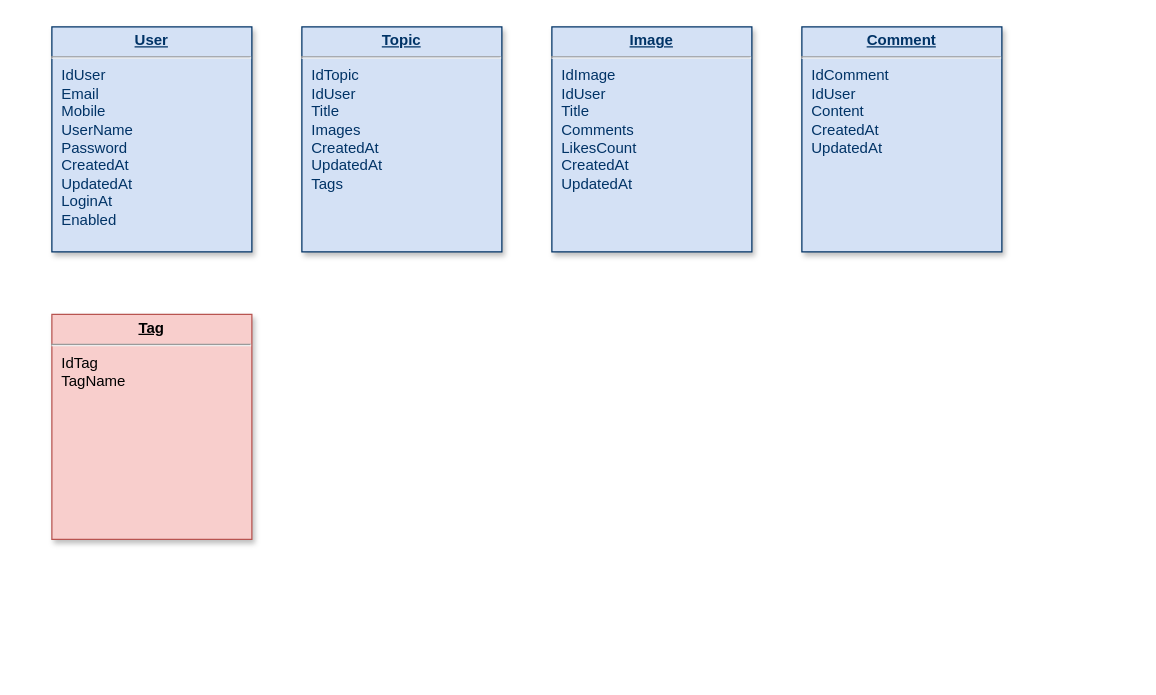
The draw.io diagram page "Database" (5 of 5) of gif.drawio in goldmine/base, before the edit. Source tidied: cells renumbered, new cells numbered last; positions are measured from the earlier drawing's top-left corner, leaving out a move shared by most shapes. Both pictures are drawn from the tidied source at 125%, with x=0, y=0 at pixel (51, 26).
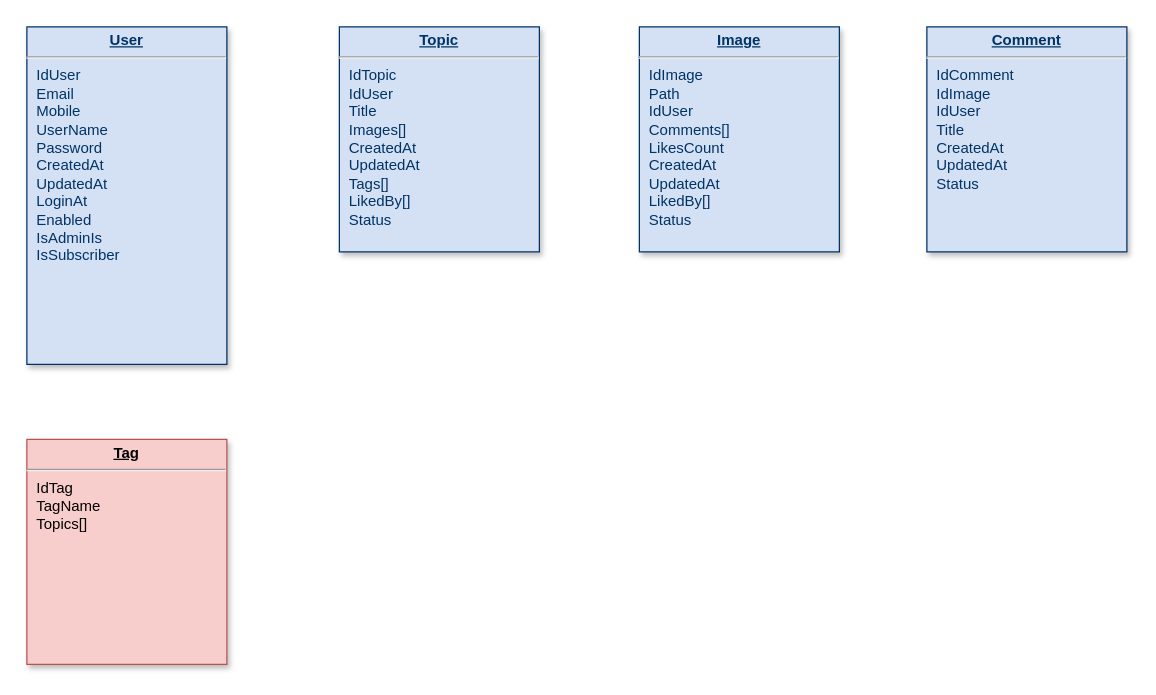
The same diagram, later.

What changed in the source:
```diff
@@
 <mxGraphModel>
   <root>
     <mxCell id="0" />
     <mxCell id="1" parent="0" />
-    <mxCell id="2" value="&lt;p style=&quot;margin: 0px ; margin-top: 4px ; text-align: center ; text-decoration: underline&quot;&gt;&lt;strong&gt;User&lt;/strong&gt;&lt;/p&gt;&lt;hr&gt;&lt;p style=&quot;margin: 0px ; margin-left: 8px&quot;&gt;IdUser&lt;/p&gt;&lt;p style=&quot;margin: 0px ; margin-left: 8px&quot;&gt;Email&lt;/p&gt;&lt;p style=&quot;margin: 0px ; margin-left: 8px&quot;&gt;Mobile&lt;/p&gt;&lt;p style=&quot;margin: 0px ; margin-left: 8px&quot;&gt;UserName&lt;/p&gt;&lt;p style=&quot;margin: 0px ; margin-left: 8px&quot;&gt;Password&lt;/p&gt;&lt;p style=&quot;margin: 0px ; margin-left: 8px&quot;&gt;CreatedAt&lt;/p&gt;&lt;p style=&quot;margin: 0px ; margin-left: 8px&quot;&gt;UpdatedAt&lt;/p&gt;&lt;p style=&quot;margin: 0px ; margin-left: 8px&quot;&gt;LoginAt&lt;/p&gt;&lt;p style=&quot;margin: 0px ; margin-left: 8px&quot;&gt;Enabled&lt;/p&gt;&lt;p style=&quot;margin: 0px ; margin-left: 8px&quot;&gt;&lt;br&gt;&lt;/p&gt;" style="verticalAlign=top;align=left;overflow=fill;fontSize=12;fontFamily=Helvetica;html=1;strokeColor=#003366;shadow=1;fillColor=#D4E1F5;fontColor=#003366;" parent="1" vertex="1">
-      <mxGeometry width="160" height="180" as="geometry" />
+    <mxCell id="2" value="&lt;p style=&quot;margin: 0px ; margin-top: 4px ; text-align: center ; text-decoration: underline&quot;&gt;&lt;strong&gt;User&lt;/strong&gt;&lt;/p&gt;&lt;hr&gt;&lt;p style=&quot;margin: 0px ; margin-left: 8px&quot;&gt;IdUser&lt;/p&gt;&lt;p style=&quot;margin: 0px ; margin-left: 8px&quot;&gt;Email&lt;/p&gt;&lt;p style=&quot;margin: 0px ; margin-left: 8px&quot;&gt;Mobile&lt;/p&gt;&lt;p style=&quot;margin: 0px ; margin-left: 8px&quot;&gt;UserName&lt;/p&gt;&lt;p style=&quot;margin: 0px ; margin-left: 8px&quot;&gt;Password&lt;/p&gt;&lt;p style=&quot;margin: 0px ; margin-left: 8px&quot;&gt;CreatedAt&lt;/p&gt;&lt;p style=&quot;margin: 0px ; margin-left: 8px&quot;&gt;UpdatedAt&lt;/p&gt;&lt;p style=&quot;margin: 0px ; margin-left: 8px&quot;&gt;LoginAt&lt;/p&gt;&lt;p style=&quot;margin: 0px ; margin-left: 8px&quot;&gt;Enabled&lt;/p&gt;&lt;p style=&quot;margin: 0px ; margin-left: 8px&quot;&gt;IsAdminIs&lt;/p&gt;&lt;p style=&quot;margin: 0px ; margin-left: 8px&quot;&gt;IsSubscriber&lt;/p&gt;&lt;br&gt;&lt;p style=&quot;margin: 0px ; margin-left: 8px&quot;&gt;&lt;br&gt;&lt;/p&gt;" style="verticalAlign=top;align=left;overflow=fill;fontSize=12;fontFamily=Helvetica;html=1;strokeColor=#003366;shadow=1;fillColor=#D4E1F5;fontColor=#003366;" parent="1" vertex="1">
+      <mxGeometry x="-20" width="160" height="270" as="geometry" />
     </mxCell>
-    <mxCell id="3" value="&lt;p style=&quot;margin: 0px ; margin-top: 4px ; text-align: center ; text-decoration: underline&quot;&gt;&lt;strong&gt;Topic&lt;/strong&gt;&lt;/p&gt;&lt;hr&gt;&lt;p style=&quot;margin: 0px ; margin-left: 8px&quot;&gt;IdTopic&lt;/p&gt;&lt;p style=&quot;margin: 0px ; margin-left: 8px&quot;&gt;IdUser&lt;/p&gt;&lt;p style=&quot;margin: 0px ; margin-left: 8px&quot;&gt;Title&lt;/p&gt;&lt;p style=&quot;margin: 0px ; margin-left: 8px&quot;&gt;Images&lt;/p&gt;&lt;p style=&quot;margin: 0px 0px 0px 8px&quot;&gt;CreatedAt&lt;/p&gt;&lt;p style=&quot;margin: 0px 0px 0px 8px&quot;&gt;UpdatedAt&lt;/p&gt;&lt;p style=&quot;margin: 0px 0px 0px 8px&quot;&gt;Tags&lt;/p&gt;&lt;p style=&quot;margin: 0px ; margin-left: 8px&quot;&gt;&lt;br&gt;&lt;/p&gt;" style="verticalAlign=top;align=left;overflow=fill;fontSize=12;fontFamily=Helvetica;html=1;strokeColor=#003366;shadow=1;fillColor=#D4E1F5;fontColor=#003366;" parent="1" vertex="1">
-      <mxGeometry x="200" width="160" height="180" as="geometry" />
+    <mxCell id="3" value="&lt;p style=&quot;margin: 0px ; margin-top: 4px ; text-align: center ; text-decoration: underline&quot;&gt;&lt;strong&gt;Topic&lt;/strong&gt;&lt;/p&gt;&lt;hr&gt;&lt;p style=&quot;margin: 0px ; margin-left: 8px&quot;&gt;IdTopic&lt;/p&gt;&lt;p style=&quot;margin: 0px ; margin-left: 8px&quot;&gt;IdUser&lt;/p&gt;&lt;p style=&quot;margin: 0px ; margin-left: 8px&quot;&gt;Title&lt;/p&gt;&lt;p style=&quot;margin: 0px ; margin-left: 8px&quot;&gt;Images[]&lt;/p&gt;&lt;p style=&quot;margin: 0px 0px 0px 8px&quot;&gt;CreatedAt&lt;/p&gt;&lt;p style=&quot;margin: 0px 0px 0px 8px&quot;&gt;UpdatedAt&lt;/p&gt;&lt;p style=&quot;margin: 0px 0px 0px 8px&quot;&gt;Tags[]&lt;/p&gt;&lt;p style=&quot;margin: 0px 0px 0px 8px&quot;&gt;LikedBy[]&lt;/p&gt;&lt;p style=&quot;margin: 0px 0px 0px 8px&quot;&gt;Status&lt;/p&gt;&lt;p style=&quot;margin: 0px ; margin-left: 8px&quot;&gt;&lt;br&gt;&lt;/p&gt;" style="verticalAlign=top;align=left;overflow=fill;fontSize=12;fontFamily=Helvetica;html=1;strokeColor=#003366;shadow=1;fillColor=#D4E1F5;fontColor=#003366;" parent="1" vertex="1">
+      <mxGeometry x="230" width="160" height="180" as="geometry" />
     </mxCell>
-    <mxCell id="4" value="&lt;p style=&quot;margin: 0px ; margin-top: 4px ; text-align: center ; text-decoration: underline&quot;&gt;&lt;strong&gt;Image&lt;/strong&gt;&lt;/p&gt;&lt;hr&gt;&lt;p style=&quot;margin: 0px ; margin-left: 8px&quot;&gt;IdImage&lt;/p&gt;&lt;p style=&quot;margin: 0px ; margin-left: 8px&quot;&gt;IdUser&lt;/p&gt;&lt;p style=&quot;margin: 0px ; margin-left: 8px&quot;&gt;Title&lt;/p&gt;&lt;p style=&quot;margin: 0px ; margin-left: 8px&quot;&gt;Comments&lt;/p&gt;&lt;p style=&quot;margin: 0px ; margin-left: 8px&quot;&gt;LikesCount&lt;/p&gt;&lt;p style=&quot;margin: 0px 0px 0px 8px&quot;&gt;CreatedAt&lt;/p&gt;&lt;p style=&quot;margin: 0px 0px 0px 8px&quot;&gt;UpdatedAt&lt;/p&gt;&lt;p style=&quot;margin: 0px ; margin-left: 8px&quot;&gt;&lt;br&gt;&lt;/p&gt;" style="verticalAlign=top;align=left;overflow=fill;fontSize=12;fontFamily=Helvetica;html=1;strokeColor=#003366;shadow=1;fillColor=#D4E1F5;fontColor=#003366;" parent="1" vertex="1">
-      <mxGeometry x="400" width="160" height="180" as="geometry" />
+    <mxCell id="4" value="&lt;p style=&quot;margin: 0px ; margin-top: 4px ; text-align: center ; text-decoration: underline&quot;&gt;&lt;strong&gt;Image&lt;/strong&gt;&lt;/p&gt;&lt;hr&gt;&lt;p style=&quot;margin: 0px ; margin-left: 8px&quot;&gt;IdImage&lt;/p&gt;&lt;p style=&quot;margin: 0px ; margin-left: 8px&quot;&gt;Path&lt;/p&gt;&lt;p style=&quot;margin: 0px ; margin-left: 8px&quot;&gt;IdUser&lt;/p&gt;&lt;p style=&quot;margin: 0px ; margin-left: 8px&quot;&gt;&lt;span&gt;Comments[]&lt;/span&gt;&lt;br&gt;&lt;/p&gt;&lt;p style=&quot;margin: 0px ; margin-left: 8px&quot;&gt;LikesCount&lt;/p&gt;&lt;p style=&quot;margin: 0px 0px 0px 8px&quot;&gt;CreatedAt&lt;/p&gt;&lt;p style=&quot;margin: 0px 0px 0px 8px&quot;&gt;UpdatedAt&lt;/p&gt;&lt;p style=&quot;margin: 0px 0px 0px 8px&quot;&gt;LikedBy[]&lt;/p&gt;&lt;p style=&quot;margin: 0px 0px 0px 8px&quot;&gt;Status&lt;/p&gt;&lt;p style=&quot;margin: 0px 0px 0px 8px&quot;&gt;&lt;br&gt;&lt;/p&gt;&lt;p style=&quot;margin: 0px ; margin-left: 8px&quot;&gt;&lt;br&gt;&lt;/p&gt;" style="verticalAlign=top;align=left;overflow=fill;fontSize=12;fontFamily=Helvetica;html=1;strokeColor=#003366;shadow=1;fillColor=#D4E1F5;fontColor=#003366;" parent="1" vertex="1">
+      <mxGeometry x="470" width="160" height="180" as="geometry" />
     </mxCell>
-    <mxCell id="5" value="&lt;p style=&quot;margin: 0px ; margin-top: 4px ; text-align: center ; text-decoration: underline&quot;&gt;&lt;strong&gt;Comment&lt;/strong&gt;&lt;/p&gt;&lt;hr&gt;&lt;p style=&quot;margin: 0px ; margin-left: 8px&quot;&gt;IdComment&lt;br&gt;IdUser&lt;/p&gt;&lt;p style=&quot;margin: 0px ; margin-left: 8px&quot;&gt;Content&lt;/p&gt;&lt;p style=&quot;margin: 0px 0px 0px 8px&quot;&gt;CreatedAt&lt;/p&gt;&lt;p style=&quot;margin: 0px 0px 0px 8px&quot;&gt;UpdatedAt&lt;/p&gt;&lt;p style=&quot;margin: 0px ; margin-left: 8px&quot;&gt;&lt;br&gt;&lt;/p&gt;" style="verticalAlign=top;align=left;overflow=fill;fontSize=12;fontFamily=Helvetica;html=1;strokeColor=#003366;shadow=1;fillColor=#D4E1F5;fontColor=#003366;" parent="1" vertex="1">
-      <mxGeometry x="600" width="160" height="180" as="geometry" />
-    </mxCell>
-    <mxCell id="6" value="&lt;p style=&quot;margin: 0px ; margin-top: 4px ; text-align: center ; text-decoration: underline&quot;&gt;&lt;strong&gt;Tag&lt;/strong&gt;&lt;/p&gt;&lt;hr&gt;&lt;p style=&quot;margin: 0px ; margin-left: 8px&quot;&gt;IdTag&lt;/p&gt;&lt;p style=&quot;margin: 0px ; margin-left: 8px&quot;&gt;TagName&lt;/p&gt;&lt;p style=&quot;margin: 0px ; margin-left: 8px&quot;&gt;&lt;br&gt;&lt;/p&gt;" style="verticalAlign=top;align=left;overflow=fill;fontSize=12;fontFamily=Helvetica;html=1;strokeColor=#b85450;shadow=1;fillColor=#f8cecc;" parent="1" vertex="1">
-      <mxGeometry y="230" width="160" height="180" as="geometry" />
+    <mxCell id="6" value="&lt;p style=&quot;margin: 0px ; margin-top: 4px ; text-align: center ; text-decoration: underline&quot;&gt;&lt;strong&gt;Tag&lt;/strong&gt;&lt;/p&gt;&lt;hr&gt;&lt;p style=&quot;margin: 0px ; margin-left: 8px&quot;&gt;IdTag&lt;/p&gt;&lt;p style=&quot;margin: 0px ; margin-left: 8px&quot;&gt;TagName&lt;/p&gt;&lt;p style=&quot;margin: 0px ; margin-left: 8px&quot;&gt;Topics[]&lt;/p&gt;&lt;p style=&quot;margin: 0px ; margin-left: 8px&quot;&gt;&lt;br&gt;&lt;/p&gt;" style="verticalAlign=top;align=left;overflow=fill;fontSize=12;fontFamily=Helvetica;html=1;strokeColor=#b85450;shadow=1;fillColor=#f8cecc;" parent="1" vertex="1">
+      <mxGeometry x="-20" y="330" width="160" height="180" as="geometry" />
     </mxCell>
+    <mxCell id="7" value="&lt;p style=&quot;margin: 0px ; margin-top: 4px ; text-align: center ; text-decoration: underline&quot;&gt;&lt;b&gt;Comment&lt;/b&gt;&lt;/p&gt;&lt;hr&gt;&lt;p style=&quot;margin: 0px ; margin-left: 8px&quot;&gt;IdComment&lt;/p&gt;&lt;p style=&quot;margin: 0px ; margin-left: 8px&quot;&gt;IdImage&lt;/p&gt;&lt;p style=&quot;margin: 0px ; margin-left: 8px&quot;&gt;IdUser&lt;/p&gt;&lt;p style=&quot;margin: 0px ; margin-left: 8px&quot;&gt;Title&lt;/p&gt;&lt;p style=&quot;margin: 0px 0px 0px 8px&quot;&gt;CreatedAt&lt;/p&gt;&lt;p style=&quot;margin: 0px 0px 0px 8px&quot;&gt;UpdatedAt&lt;/p&gt;&lt;p style=&quot;margin: 0px 0px 0px 8px&quot;&gt;Status&lt;/p&gt;&lt;p style=&quot;margin: 0px 0px 0px 8px&quot;&gt;&lt;br&gt;&lt;/p&gt;&lt;p style=&quot;margin: 0px ; margin-left: 8px&quot;&gt;&lt;br&gt;&lt;/p&gt;" style="verticalAlign=top;align=left;overflow=fill;fontSize=12;fontFamily=Helvetica;html=1;strokeColor=#003366;shadow=1;fillColor=#D4E1F5;fontColor=#003366;" parent="1" vertex="1">
+      <mxGeometry x="700" width="160" height="180" as="geometry" />
+    </mxCell>
   </root>
 </mxGraphModel>
```
